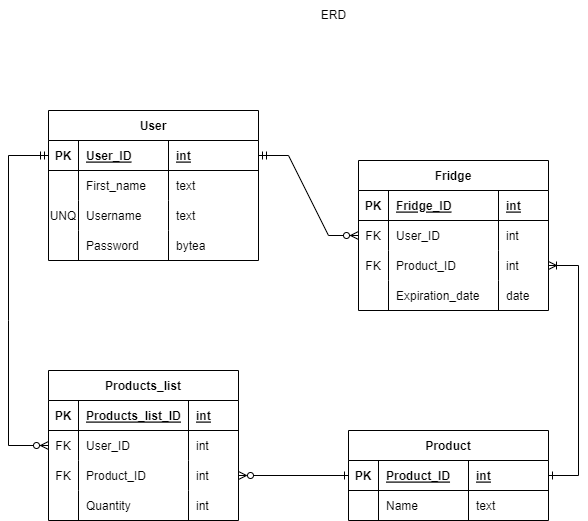
The draw.io diagram Project Diagrams/Entity relationship diagram.png in Ka3wo123/RecipesApp, before a commit. Source tidied: cells renumbered, new cells last; positions are measured from the earlier drawing's top-left corner, leaving out a move shared by most shapes.
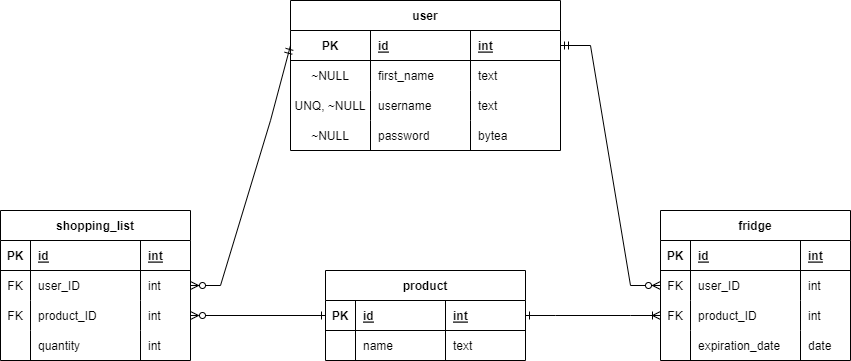
The same file after the commit.

What changed in the source:
```diff
@@ -2,59 +2,59 @@
   <root>
     <mxCell id="0" />
     <mxCell id="1" parent="0" />
-    <mxCell id="2" value="User" style="shape=table;startSize=30;rowLines=0;fontStyle=1;align=center;" parent="1" vertex="1">
-      <mxGeometry x="40" y="110" width="210" height="150" as="geometry" />
+    <mxCell id="2" value="user" style="shape=table;startSize=30;rowLines=0;fontStyle=1;align=center;" parent="1" vertex="1">
+      <mxGeometry x="180" y="30" width="270" height="150" as="geometry" />
     </mxCell>
     <mxCell id="3" style="shape=tableRow;horizontal=0;startSize=0;swimlaneHead=0;swimlaneBody=0;fillColor=none;points=[[0,0.5],[1,0.5]];portConstraint=eastwest;top=0;left=0;right=0;bottom=1;" parent="2" vertex="1">
-      <mxGeometry y="30" width="210" height="30" as="geometry" />
+      <mxGeometry y="30" width="270" height="30" as="geometry" />
     </mxCell>
     <mxCell id="4" value="PK" style="shape=partialRectangle;fillColor=none;top=0;left=0;bottom=0;right=0;fontStyle=1;overflow=hidden;" parent="3" vertex="1">
-      <mxGeometry width="30" height="30" as="geometry" />
+      <mxGeometry width="80" height="30" as="geometry" />
     </mxCell>
-    <mxCell id="5" value="User_ID" style="shape=partialRectangle;fillColor=none;top=0;left=0;bottom=0;right=0;align=left;spacingLeft=6;fontStyle=5;overflow=hidden;" parent="3" vertex="1">
-      <mxGeometry x="30" width="90" height="30" as="geometry" />
+    <mxCell id="5" value="id" style="shape=partialRectangle;fillColor=none;top=0;left=0;bottom=0;right=0;align=left;spacingLeft=6;fontStyle=5;overflow=hidden;" parent="3" vertex="1">
+      <mxGeometry x="80" width="100" height="30" as="geometry" />
     </mxCell>
     <mxCell id="6" value="int" style="shape=partialRectangle;fillColor=none;top=0;left=0;bottom=0;right=0;align=left;spacingLeft=6;fontStyle=5;overflow=hidden;" parent="3" vertex="1">
-      <mxGeometry x="120" width="90" height="30" as="geometry" />
+      <mxGeometry x="180" width="90" height="30" as="geometry" />
     </mxCell>
     <mxCell id="7" style="shape=tableRow;horizontal=0;startSize=0;swimlaneHead=0;swimlaneBody=0;fillColor=none;top=0;left=0;right=0;bottom=0;" parent="2" vertex="1">
-      <mxGeometry y="60" width="210" height="30" as="geometry" />
+      <mxGeometry y="60" width="270" height="30" as="geometry" />
     </mxCell>
-    <mxCell id="8" style="shape=partialRectangle;fillColor=none;top=0;left=0;bottom=0;right=0;overflow=hidden;" parent="7" vertex="1">
-      <mxGeometry width="30" height="30" as="geometry" />
+    <mxCell id="8" value="~NULL" style="shape=partialRectangle;fillColor=none;top=0;left=0;bottom=0;right=0;overflow=hidden;" parent="7" vertex="1">
+      <mxGeometry width="80" height="30" as="geometry" />
     </mxCell>
-    <mxCell id="9" value="First_name" style="shape=partialRectangle;fillColor=none;top=0;left=0;bottom=0;right=0;align=left;spacingLeft=6;overflow=hidden;dashed=1;dashPattern=1 2;" parent="7" vertex="1">
-      <mxGeometry x="30" width="90" height="30" as="geometry" />
+    <mxCell id="9" value="first_name" style="shape=partialRectangle;fillColor=none;top=0;left=0;bottom=0;right=0;align=left;spacingLeft=6;overflow=hidden;dashed=1;dashPattern=1 2;" parent="7" vertex="1">
+      <mxGeometry x="80" width="100" height="30" as="geometry" />
     </mxCell>
     <mxCell id="10" value="text" style="shape=partialRectangle;fillColor=none;top=0;left=0;bottom=0;right=0;align=left;spacingLeft=6;overflow=hidden;dashed=1;dashPattern=1 2;" parent="7" vertex="1">
-      <mxGeometry x="120" width="90" height="30" as="geometry" />
+      <mxGeometry x="180" width="90" height="30" as="geometry" />
     </mxCell>
     <mxCell id="11" style="shape=tableRow;horizontal=0;startSize=0;swimlaneHead=0;swimlaneBody=0;fillColor=none;top=0;left=0;right=0;bottom=0;" parent="2" vertex="1">
-      <mxGeometry y="90" width="210" height="30" as="geometry" />
+      <mxGeometry y="90" width="270" height="30" as="geometry" />
     </mxCell>
-    <mxCell id="12" value="UNQ" style="shape=partialRectangle;fillColor=none;top=0;left=0;bottom=0;right=0;overflow=hidden;" parent="11" vertex="1">
-      <mxGeometry width="30" height="30" as="geometry" />
+    <mxCell id="12" value="UNQ, ~NULL" style="shape=partialRectangle;fillColor=none;top=0;left=0;bottom=0;right=0;overflow=hidden;" parent="11" vertex="1">
+      <mxGeometry width="80" height="30" as="geometry" />
     </mxCell>
-    <mxCell id="13" value="Username" style="shape=partialRectangle;fillColor=none;top=0;left=0;bottom=0;right=0;align=left;spacingLeft=6;overflow=hidden;dashed=1;dashPattern=1 2;" parent="11" vertex="1">
-      <mxGeometry x="30" width="90" height="30" as="geometry" />
+    <mxCell id="13" value="username" style="shape=partialRectangle;fillColor=none;top=0;left=0;bottom=0;right=0;align=left;spacingLeft=6;overflow=hidden;dashed=1;dashPattern=1 2;" parent="11" vertex="1">
+      <mxGeometry x="80" width="100" height="30" as="geometry" />
     </mxCell>
     <mxCell id="14" value="text" style="shape=partialRectangle;fillColor=none;top=0;left=0;bottom=0;right=0;align=left;spacingLeft=6;overflow=hidden;dashed=1;dashPattern=1 2;" parent="11" vertex="1">
-      <mxGeometry x="120" width="90" height="30" as="geometry" />
+      <mxGeometry x="180" width="90" height="30" as="geometry" />
     </mxCell>
     <mxCell id="15" style="shape=tableRow;horizontal=0;startSize=0;swimlaneHead=0;swimlaneBody=0;fillColor=none;top=0;left=0;right=0;bottom=0;" parent="2" vertex="1">
-      <mxGeometry y="120" width="210" height="30" as="geometry" />
+      <mxGeometry y="120" width="270" height="30" as="geometry" />
     </mxCell>
-    <mxCell id="16" style="shape=partialRectangle;fillColor=none;top=0;left=0;bottom=0;right=0;overflow=hidden;" parent="15" vertex="1">
-      <mxGeometry width="30" height="30" as="geometry" />
+    <mxCell id="16" value="~NULL" style="shape=partialRectangle;fillColor=none;top=0;left=0;bottom=0;right=0;overflow=hidden;" parent="15" vertex="1">
+      <mxGeometry width="80" height="30" as="geometry" />
     </mxCell>
-    <mxCell id="17" value="Password" style="shape=partialRectangle;fillColor=none;top=0;left=0;bottom=0;right=0;align=left;spacingLeft=6;overflow=hidden;" parent="15" vertex="1">
-      <mxGeometry x="30" width="90" height="30" as="geometry" />
+    <mxCell id="17" value="password" style="shape=partialRectangle;fillColor=none;top=0;left=0;bottom=0;right=0;align=left;spacingLeft=6;overflow=hidden;" parent="15" vertex="1">
+      <mxGeometry x="80" width="100" height="30" as="geometry" />
     </mxCell>
     <mxCell id="18" value="bytea" style="shape=partialRectangle;fillColor=none;top=0;left=0;bottom=0;right=0;align=left;spacingLeft=6;overflow=hidden;" parent="15" vertex="1">
-      <mxGeometry x="120" width="90" height="30" as="geometry" />
+      <mxGeometry x="180" width="90" height="30" as="geometry" />
     </mxCell>
-    <mxCell id="19" value="Fridge" style="shape=table;startSize=30;rowLines=0;fontStyle=1;align=center;" parent="1" vertex="1">
-      <mxGeometry x="350" y="160" width="190" height="150" as="geometry" />
+    <mxCell id="19" value="fridge" style="shape=table;startSize=30;rowLines=0;fontStyle=1;align=center;" parent="1" vertex="1">
+      <mxGeometry x="550" y="240" width="190" height="150" as="geometry" />
     </mxCell>
     <mxCell id="20" style="shape=tableRow;horizontal=0;startSize=0;swimlaneHead=0;swimlaneBody=0;fillColor=none;top=0;left=0;right=0;bottom=1;" parent="19" vertex="1">
       <mxGeometry y="30" width="190" height="30" as="geometry" />
@@ -62,7 +62,7 @@
     <mxCell id="21" value="PK" style="shape=partialRectangle;fillColor=none;top=0;left=0;bottom=0;right=0;fontStyle=1;overflow=hidden;" parent="20" vertex="1">
       <mxGeometry width="30" height="30" as="geometry" />
     </mxCell>
-    <mxCell id="22" value="Fridge_ID" style="shape=partialRectangle;fillColor=none;top=0;left=0;bottom=0;right=0;align=left;spacingLeft=6;fontStyle=5;overflow=hidden;" parent="20" vertex="1">
+    <mxCell id="22" value="id" style="shape=partialRectangle;fillColor=none;top=0;left=0;bottom=0;right=0;align=left;spacingLeft=6;fontStyle=5;overflow=hidden;" parent="20" vertex="1">
       <mxGeometry x="30" width="110" height="30" as="geometry" />
     </mxCell>
     <mxCell id="23" value="int" style="shape=partialRectangle;fillColor=none;top=0;left=0;bottom=0;right=0;align=left;spacingLeft=6;fontStyle=5;overflow=hidden;" parent="20" vertex="1">
@@ -74,7 +74,7 @@
     <mxCell id="25" value="FK" style="shape=partialRectangle;fillColor=none;top=0;left=0;bottom=0;right=0;overflow=hidden;" parent="24" vertex="1">
       <mxGeometry width="30" height="30" as="geometry" />
     </mxCell>
-    <mxCell id="26" value="User_ID" style="shape=partialRectangle;fillColor=none;top=0;left=0;bottom=0;right=0;align=left;spacingLeft=6;overflow=hidden;" parent="24" vertex="1">
+    <mxCell id="26" value="user_ID" style="shape=partialRectangle;fillColor=none;top=0;left=0;bottom=0;right=0;align=left;spacingLeft=6;overflow=hidden;" parent="24" vertex="1">
       <mxGeometry x="30" width="110" height="30" as="geometry" />
     </mxCell>
     <mxCell id="27" value="int" style="shape=partialRectangle;fillColor=none;top=0;left=0;bottom=0;right=0;align=left;spacingLeft=6;overflow=hidden;" parent="24" vertex="1">
@@ -86,7 +86,7 @@
     <mxCell id="29" value="FK" style="shape=partialRectangle;fillColor=none;top=0;left=0;bottom=0;right=0;overflow=hidden;" parent="28" vertex="1">
       <mxGeometry width="30" height="30" as="geometry" />
     </mxCell>
-    <mxCell id="30" value="Product_ID" style="shape=partialRectangle;fillColor=none;top=0;left=0;bottom=0;right=0;align=left;spacingLeft=6;overflow=hidden;" parent="28" vertex="1">
+    <mxCell id="30" value="product_ID" style="shape=partialRectangle;fillColor=none;top=0;left=0;bottom=0;right=0;align=left;spacingLeft=6;overflow=hidden;" parent="28" vertex="1">
       <mxGeometry x="30" width="110" height="30" as="geometry" />
     </mxCell>
     <mxCell id="31" value="int" style="shape=partialRectangle;fillColor=none;top=0;left=0;bottom=0;right=0;align=left;spacingLeft=6;overflow=hidden;" parent="28" vertex="1">
@@ -98,7 +98,7 @@
     <mxCell id="33" style="shape=partialRectangle;fillColor=none;top=0;left=0;bottom=0;right=0;overflow=hidden;" parent="32" vertex="1">
       <mxGeometry width="30" height="30" as="geometry" />
     </mxCell>
-    <mxCell id="34" value="Expiration_date" style="shape=partialRectangle;fillColor=none;top=0;left=0;bottom=0;right=0;align=left;spacingLeft=6;overflow=hidden;" parent="32" vertex="1">
+    <mxCell id="34" value="expiration_date" style="shape=partialRectangle;fillColor=none;top=0;left=0;bottom=0;right=0;align=left;spacingLeft=6;overflow=hidden;" parent="32" vertex="1">
       <mxGeometry x="30" width="110" height="30" as="geometry" />
     </mxCell>
     <mxCell id="35" value="date" style="shape=partialRectangle;fillColor=none;top=0;left=0;bottom=0;right=0;align=left;spacingLeft=6;overflow=hidden;" parent="32" vertex="1">
@@ -110,8 +110,8 @@
     <mxCell id="37" style="edgeStyle=entityRelationEdgeStyle;fontSize=12;html=1;endArrow=ERone;endFill=0;rounded=0;entryX=1;entryY=0.5;entryDx=0;entryDy=0;startArrow=ERoneToMany;startFill=0;" parent="1" edge="1" source="28" target="39">
       <mxGeometry relative="1" as="geometry" />
     </mxCell>
-    <mxCell id="38" value="Product" style="shape=table;startSize=30;rowLines=0;fontStyle=1;align=center;" parent="1" vertex="1">
-      <mxGeometry x="340" y="430" width="200" height="90" as="geometry" />
+    <mxCell id="38" value="product" style="shape=table;startSize=30;rowLines=0;fontStyle=1;align=center;" parent="1" vertex="1">
+      <mxGeometry x="215" y="300" width="200" height="90" as="geometry" />
     </mxCell>
     <mxCell id="39" style="shape=tableRow;horizontal=0;startSize=0;swimlaneHead=0;swimlaneBody=0;fillColor=none;points=[[0,0.5],[1,0.5]];portConstraint=eastwest;top=0;left=0;right=0;bottom=1;" parent="38" vertex="1">
       <mxGeometry y="30" width="200" height="30" as="geometry" />
@@ -119,7 +119,7 @@
     <mxCell id="40" value="PK" style="shape=partialRectangle;fillColor=none;top=0;left=0;bottom=0;right=0;fontStyle=1;overflow=hidden;" parent="39" vertex="1">
       <mxGeometry width="30" height="30" as="geometry" />
     </mxCell>
-    <mxCell id="41" value="Product_ID" style="shape=partialRectangle;fillColor=none;top=0;left=0;bottom=0;right=0;align=left;spacingLeft=6;fontStyle=5;overflow=hidden;" parent="39" vertex="1">
+    <mxCell id="41" value="id" style="shape=partialRectangle;fillColor=none;top=0;left=0;bottom=0;right=0;align=left;spacingLeft=6;fontStyle=5;overflow=hidden;" parent="39" vertex="1">
       <mxGeometry x="30" width="90" height="30" as="geometry" />
     </mxCell>
     <mxCell id="42" value="int" style="shape=partialRectangle;fillColor=none;top=0;left=0;bottom=0;right=0;align=left;spacingLeft=6;fontStyle=5;overflow=hidden;" parent="39" vertex="1">
@@ -131,14 +131,14 @@
     <mxCell id="44" style="shape=partialRectangle;fillColor=none;top=0;left=0;bottom=0;right=0;overflow=hidden;" parent="43" vertex="1">
       <mxGeometry width="30" height="30" as="geometry" />
     </mxCell>
-    <mxCell id="45" value="Name" style="shape=partialRectangle;fillColor=none;top=0;left=0;bottom=0;right=0;align=left;spacingLeft=6;overflow=hidden;" parent="43" vertex="1">
+    <mxCell id="45" value="name" style="shape=partialRectangle;fillColor=none;top=0;left=0;bottom=0;right=0;align=left;spacingLeft=6;overflow=hidden;" parent="43" vertex="1">
       <mxGeometry x="30" width="90" height="30" as="geometry" />
     </mxCell>
     <mxCell id="46" value="text" style="shape=partialRectangle;fillColor=none;top=0;left=0;bottom=0;right=0;align=left;spacingLeft=6;overflow=hidden;" parent="43" vertex="1">
       <mxGeometry x="120" width="80" height="30" as="geometry" />
     </mxCell>
-    <mxCell id="47" value="Products_list" style="shape=table;startSize=30;rowLines=0;fontStyle=1;align=center;" parent="1" vertex="1">
-      <mxGeometry x="40" y="370" width="190" height="150" as="geometry" />
+    <mxCell id="47" value="shopping_list" style="shape=table;startSize=30;rowLines=0;fontStyle=1;align=center;" parent="1" vertex="1">
+      <mxGeometry x="-110" y="240" width="190" height="150" as="geometry" />
     </mxCell>
     <mxCell id="48" style="shape=tableRow;horizontal=0;startSize=0;swimlaneHead=0;swimlaneBody=0;fillColor=none;top=0;left=0;right=0;bottom=1;" parent="47" vertex="1">
       <mxGeometry y="30" width="190" height="30" as="geometry" />
@@ -146,7 +146,7 @@
     <mxCell id="49" value="PK" style="shape=partialRectangle;fillColor=none;top=0;left=0;bottom=0;right=0;fontStyle=1;overflow=hidden;" parent="48" vertex="1">
       <mxGeometry width="30" height="30" as="geometry" />
     </mxCell>
-    <mxCell id="50" value="Products_list_ID" style="shape=partialRectangle;fillColor=none;top=0;left=0;bottom=0;right=0;align=left;spacingLeft=6;fontStyle=5;overflow=hidden;" parent="48" vertex="1">
+    <mxCell id="50" value="id" style="shape=partialRectangle;fillColor=none;top=0;left=0;bottom=0;right=0;align=left;spacingLeft=6;fontStyle=5;overflow=hidden;" parent="48" vertex="1">
       <mxGeometry x="30" width="110" height="30" as="geometry" />
     </mxCell>
     <mxCell id="51" value="int" style="shape=partialRectangle;fillColor=none;top=0;left=0;bottom=0;right=0;align=left;spacingLeft=6;fontStyle=5;overflow=hidden;" parent="48" vertex="1">
@@ -158,7 +158,7 @@
     <mxCell id="53" value="FK" style="shape=partialRectangle;fillColor=none;top=0;left=0;bottom=0;right=0;overflow=hidden;" parent="52" vertex="1">
       <mxGeometry width="30" height="30" as="geometry" />
     </mxCell>
-    <mxCell id="54" value="User_ID" style="shape=partialRectangle;fillColor=none;top=0;left=0;bottom=0;right=0;align=left;spacingLeft=6;overflow=hidden;" parent="52" vertex="1">
+    <mxCell id="54" value="user_ID" style="shape=partialRectangle;fillColor=none;top=0;left=0;bottom=0;right=0;align=left;spacingLeft=6;overflow=hidden;" parent="52" vertex="1">
       <mxGeometry x="30" width="110" height="30" as="geometry" />
     </mxCell>
     <mxCell id="55" value="int" style="shape=partialRectangle;fillColor=none;top=0;left=0;bottom=0;right=0;align=left;spacingLeft=6;overflow=hidden;" parent="52" vertex="1">
@@ -170,7 +170,7 @@
     <mxCell id="57" value="FK" style="shape=partialRectangle;fillColor=none;top=0;left=0;bottom=0;right=0;overflow=hidden;" parent="56" vertex="1">
       <mxGeometry width="30" height="30" as="geometry" />
     </mxCell>
-    <mxCell id="58" value="Product_ID" style="shape=partialRectangle;fillColor=none;top=0;left=0;bottom=0;right=0;align=left;spacingLeft=6;overflow=hidden;" parent="56" vertex="1">
+    <mxCell id="58" value="product_ID" style="shape=partialRectangle;fillColor=none;top=0;left=0;bottom=0;right=0;align=left;spacingLeft=6;overflow=hidden;" parent="56" vertex="1">
       <mxGeometry x="30" width="110" height="30" as="geometry" />
     </mxCell>
     <mxCell id="59" value="int" style="shape=partialRectangle;fillColor=none;top=0;left=0;bottom=0;right=0;align=left;spacingLeft=6;overflow=hidden;" parent="56" vertex="1">
@@ -182,26 +182,23 @@
     <mxCell id="61" style="shape=partialRectangle;fillColor=none;top=0;left=0;bottom=0;right=0;overflow=hidden;" parent="60" vertex="1">
       <mxGeometry width="30" height="30" as="geometry" />
     </mxCell>
-    <mxCell id="62" value="Quantity" style="shape=partialRectangle;fillColor=none;top=0;left=0;bottom=0;right=0;align=left;spacingLeft=6;overflow=hidden;" parent="60" vertex="1">
+    <mxCell id="62" value="quantity" style="shape=partialRectangle;fillColor=none;top=0;left=0;bottom=0;right=0;align=left;spacingLeft=6;overflow=hidden;" parent="60" vertex="1">
       <mxGeometry x="30" width="110" height="30" as="geometry" />
     </mxCell>
     <mxCell id="63" value="int" style="shape=partialRectangle;fillColor=none;top=0;left=0;bottom=0;right=0;align=left;spacingLeft=6;overflow=hidden;" parent="60" vertex="1">
       <mxGeometry x="140" width="50" height="30" as="geometry" />
     </mxCell>
-    <mxCell id="64" style="fontSize=12;html=1;endArrow=ERzeroToMany;endFill=1;rounded=0;exitX=0;exitY=0.5;exitDx=0;exitDy=0;entryX=0;entryY=0.5;entryDx=0;entryDy=0;startArrow=ERmandOne;startFill=0;" parent="1" edge="1" source="3" target="52">
+    <mxCell id="64" style="fontSize=12;html=1;endArrow=ERzeroToMany;endFill=1;rounded=0;exitX=0;exitY=0.5;exitDx=0;exitDy=0;entryX=1;entryY=0.5;entryDx=0;entryDy=0;startArrow=ERmandOne;startFill=0;" parent="1" edge="1" source="3" target="52">
       <mxGeometry relative="1" as="geometry">
         <Array as="points">
-          <mxPoint y="155" />
-          <mxPoint y="320" />
-          <mxPoint y="445" />
+          <mxPoint x="180" y="75" />
+          <mxPoint x="160" y="150" />
+          <mxPoint x="110" y="315" />
         </Array>
       </mxGeometry>
     </mxCell>
     <mxCell id="65" style="fontSize=12;html=1;endArrow=ERone;endFill=0;rounded=0;exitX=1;exitY=0.5;exitDx=0;exitDy=0;entryX=0;entryY=0.5;entryDx=0;entryDy=0;startArrow=ERzeroToMany;startFill=0;" parent="1" edge="1" source="56" target="39">
       <mxGeometry relative="1" as="geometry" />
     </mxCell>
-    <mxCell id="66" value="ERD" style="text;html=1;align=center;verticalAlign=middle;strokeColor=none;fillColor=none;" parent="1" vertex="1">
-      <mxGeometry x="300" width="50" height="30" as="geometry" />
-    </mxCell>
   </root>
 </mxGraphModel>
```
